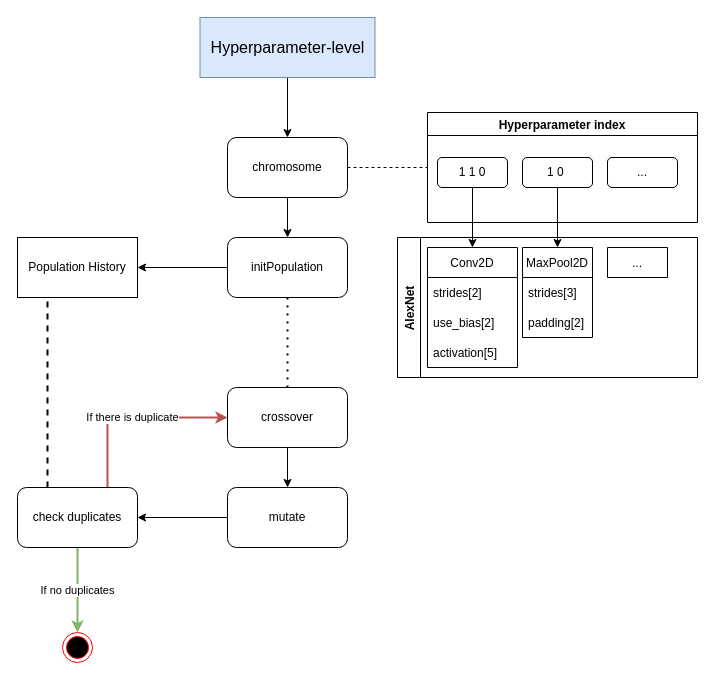
Above: GA/dev/GA_hyperparameter_mut.drawio in kelvinlyy/DCDT (draw.io), before the change. Source tidied: cells renumbered, new cells numbered last; positions are measured from the earlier drawing's top-left corner, leaving out a move shared by most shapes. Both pictures are drawn from the tidied source at 100%, with x=0, y=0 at pixel (17, 17).
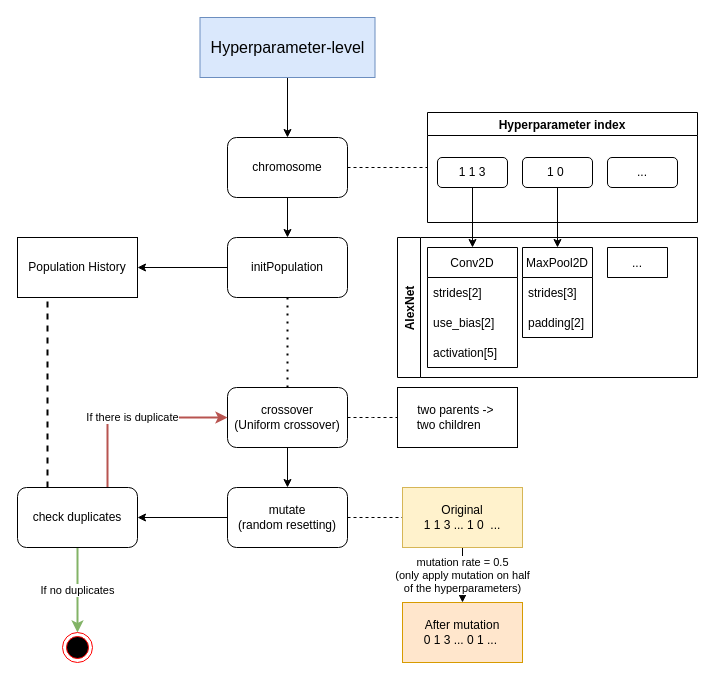
After the change.

The change refers to these unchanged cells:
```xml
<mxCell id="18" value="Hyperparameter index" style="swimlane;" parent="1" vertex="1">
  <mxGeometry x="410" y="95" width="270" height="110" as="geometry" />
</mxCell>
```

What changed in the source:
```diff
@@
-    <mxCell id="19" value="1 1 0" style="rounded=1;whiteSpace=wrap;html=1;" parent="18" vertex="1">
+    <mxCell id="19" value="1 1 3" style="rounded=1;whiteSpace=wrap;html=1;" parent="18" vertex="1">
       <mxGeometry x="10" y="45" width="70" height="30" as="geometry" />
     </mxCell>
@@
+    <mxCell id="35" style="edgeStyle=orthogonalEdgeStyle;rounded=0;jettySize=auto;html=1;dashed=1;endArrow=none;endFill=0;" parent="1" edge="1" source="27">
+      <mxGeometry relative="1" as="geometry">
+        <mxPoint x="380" y="400" as="targetPoint" />
+      </mxGeometry>
+    </mxCell>
-    <mxCell id="27" value="crossover" style="rounded=1;whiteSpace=wrap;html=1;" parent="1" vertex="1">
+    <mxCell id="27" value="crossover&lt;br&gt;(Uniform crossover)" style="rounded=1;whiteSpace=wrap;html=1;" parent="1" vertex="1">
       <mxGeometry x="210" y="370" width="120" height="60" as="geometry" />
     </mxCell>
@@
+    <mxCell id="36" style="edgeStyle=orthogonalEdgeStyle;rounded=0;jettySize=auto;html=1;entryX=0;entryY=0.5;entryDx=0;entryDy=0;dashed=1;endArrow=none;endFill=0;" parent="1" edge="1" source="29" target="38">
+      <mxGeometry relative="1" as="geometry" />
+    </mxCell>
-    <mxCell id="29" value="mutate" style="rounded=1;whiteSpace=wrap;html=1;" parent="1" vertex="1">
+    <mxCell id="29" value="mutate&lt;br&gt;(random resetting)" style="rounded=1;whiteSpace=wrap;html=1;" parent="1" vertex="1">
       <mxGeometry x="210" y="470" width="120" height="60" as="geometry" />
     </mxCell>
@@
+    <mxCell id="37" value="mutation rate = 0.5&lt;br&gt;(only apply mutation on half&lt;br&gt;of the hyperparameters)" style="edgeStyle=orthogonalEdgeStyle;rounded=0;jettySize=auto;html=1;" parent="1" edge="1" source="38" target="39">
+      <mxGeometry relative="1" as="geometry" />
+    </mxCell>
+    <mxCell id="38" value="Original&lt;br&gt;1 1 3 ... 1 0 &amp;nbsp;..." style="rounded=0;whiteSpace=wrap;html=1;fillColor=#fff2cc;strokeColor=#d6b656;" parent="1" vertex="1">
+      <mxGeometry x="385" y="470" width="120" height="60" as="geometry" />
+    </mxCell>
+    <mxCell id="39" value="After mutation&lt;br&gt;0 1 3 ... 0 1 ...&amp;nbsp;" style="rounded=0;whiteSpace=wrap;html=1;fillColor=#ffe6cc;strokeColor=#d79b00;" parent="1" vertex="1">
+      <mxGeometry x="385" y="585" width="120" height="60" as="geometry" />
+    </mxCell>
+    <mxCell id="40" value="two parents -&amp;gt;&amp;nbsp;&lt;br&gt;two children &amp;nbsp; &amp;nbsp;&amp;nbsp;" style="rounded=0;whiteSpace=wrap;html=1;" parent="1" vertex="1">
+      <mxGeometry x="380" y="370" width="120" height="60" as="geometry" />
+    </mxCell>
```
